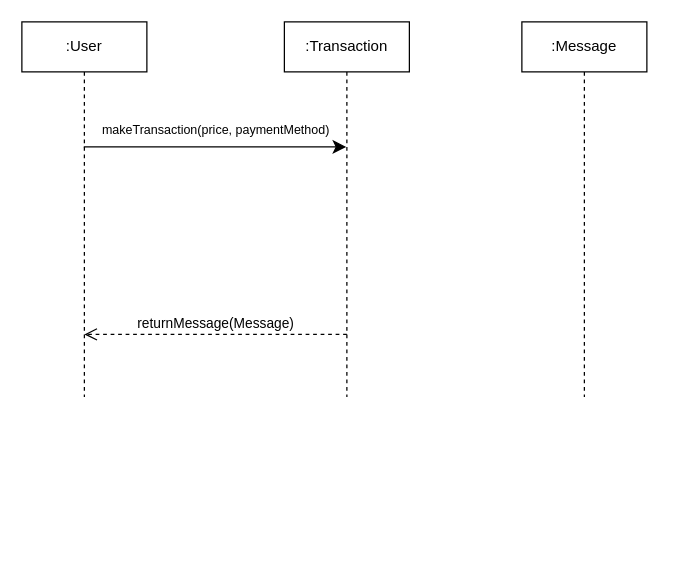
Above: page "Page-2" (2 of 2) of Workshop4.drawio in antonykimuom/SWEN30006-2025-SM1-workshop1-tuew05-14-00-team-12 (draw.io), before the change. Source tidied: cells renumbered, new cells numbered last; positions are measured from the earlier drawing's top-left corner, leaving out a move shared by most shapes. Both pictures are drawn from the tidied source at 125%, with x=0, y=0 at pixel (21, 21).
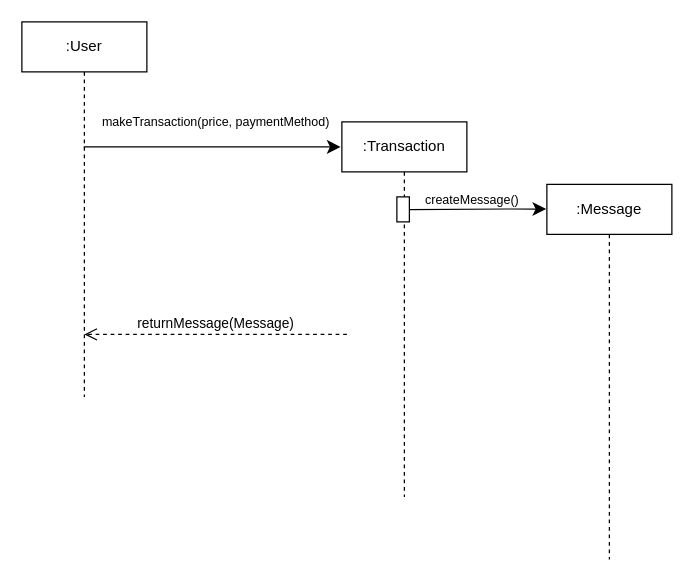
The same page after the edit.

What changed in the source:
```diff
@@
 <mxGraphModel>
   <root>
     <mxCell id="0" />
     <mxCell id="1" parent="0" />
-    <mxCell id="2" style="edgeStyle=none;curved=0;rounded=0;jettySize=auto;html=1;fontSize=12;startSize=8;endSize=8;" parent="1" edge="1" source="3" target="5">
+    <mxCell id="2" style="edgeStyle=none;curved=0;rounded=0;jettySize=auto;html=1;fontSize=12;startSize=8;endSize=8;" parent="1" edge="1" source="3">
       <mxGeometry relative="1" as="geometry">
+        <mxPoint x="255" y="100" as="targetPoint" />
         <Array as="points">
           <mxPoint x="210" y="100" />
         </Array>
       </mxGeometry>
     </mxCell>
     <mxCell id="3" value=":User" style="shape=umlLifeline;perimeter=lifelinePerimeter;whiteSpace=wrap;html=1;outlineConnect=0;portConstraint=eastwest;newEdgeStyle={&quot;curved&quot;:0,&quot;rounded&quot;:0};" parent="1" vertex="1">
       <mxGeometry width="100" height="300" as="geometry" />
     </mxCell>
     <mxCell id="4" value=":Message" style="shape=umlLifeline;perimeter=lifelinePerimeter;whiteSpace=wrap;html=1;newEdgeStyle={&quot;curved&quot;:0,&quot;rounded&quot;:0};" parent="1" vertex="1">
-      <mxGeometry x="400" width="100" height="300" as="geometry" />
+      <mxGeometry x="420" y="130" width="100" height="300" as="geometry" />
     </mxCell>
     <mxCell id="5" value=":Transaction" style="shape=umlLifeline;perimeter=lifelinePerimeter;whiteSpace=wrap;html=1;outlineConnect=0;portConstraint=eastwest;newEdgeStyle={&quot;curved&quot;:0,&quot;rounded&quot;:0};" parent="1" vertex="1">
-      <mxGeometry x="210" width="100" height="300" as="geometry" />
+      <mxGeometry x="256" y="80" width="100" height="300" as="geometry" />
     </mxCell>
+    <mxCell id="8" style="html=1;perimeter=orthogonalPerimeter;targetShapes=umlLifeline;newEdgeStyle={&quot;curved&quot;:0,&quot;rounded&quot;:0};" parent="5" vertex="1">
+      <mxGeometry x="44" y="60" width="10" height="20" as="geometry" />
+    </mxCell>
     <mxCell id="6" value="makeTransaction(price, paymentMethod)" style="text;html=1;align=center;verticalAlign=middle;strokeColor=none;fillColor=none;fontSize=10;" parent="1" vertex="1">
-      <mxGeometry x="50" y="71" width="210" height="30" as="geometry" />
+      <mxGeometry x="50" y="65" width="210" height="30" as="geometry" />
     </mxCell>
+    <mxCell id="9" style="edgeStyle=none;curved=0;rounded=0;orthogonalLoop=1;jettySize=auto;html=1;fontSize=12;startSize=8;endSize=8;" parent="1" edge="1">
+      <mxGeometry relative="1" as="geometry">
+        <mxPoint x="310" y="150.2" as="sourcePoint" />
+        <mxPoint x="419.5" y="149.7" as="targetPoint" />
+        <Array as="points">
+          <mxPoint x="390" y="149.7" />
+        </Array>
+      </mxGeometry>
+    </mxCell>
     <mxCell id="7" value="returnMessage(Message)" style="html=1;verticalAlign=bottom;endArrow=open;dashed=1;endSize=8;curved=0;rounded=0;" parent="1" edge="1">
       <mxGeometry relative="1" as="geometry">
         <mxPoint x="260" y="250" as="sourcePoint" />
         <mxPoint x="50" y="250" as="targetPoint" />
       </mxGeometry>
     </mxCell>
+    <mxCell id="10" value="createMessage()" style="text;html=1;align=center;verticalAlign=middle;strokeColor=none;fillColor=none;fontSize=10;" parent="1" vertex="1">
+      <mxGeometry x="310" y="127" width="100" height="30" as="geometry" />
+    </mxCell>
   </root>
 </mxGraphModel>
```
